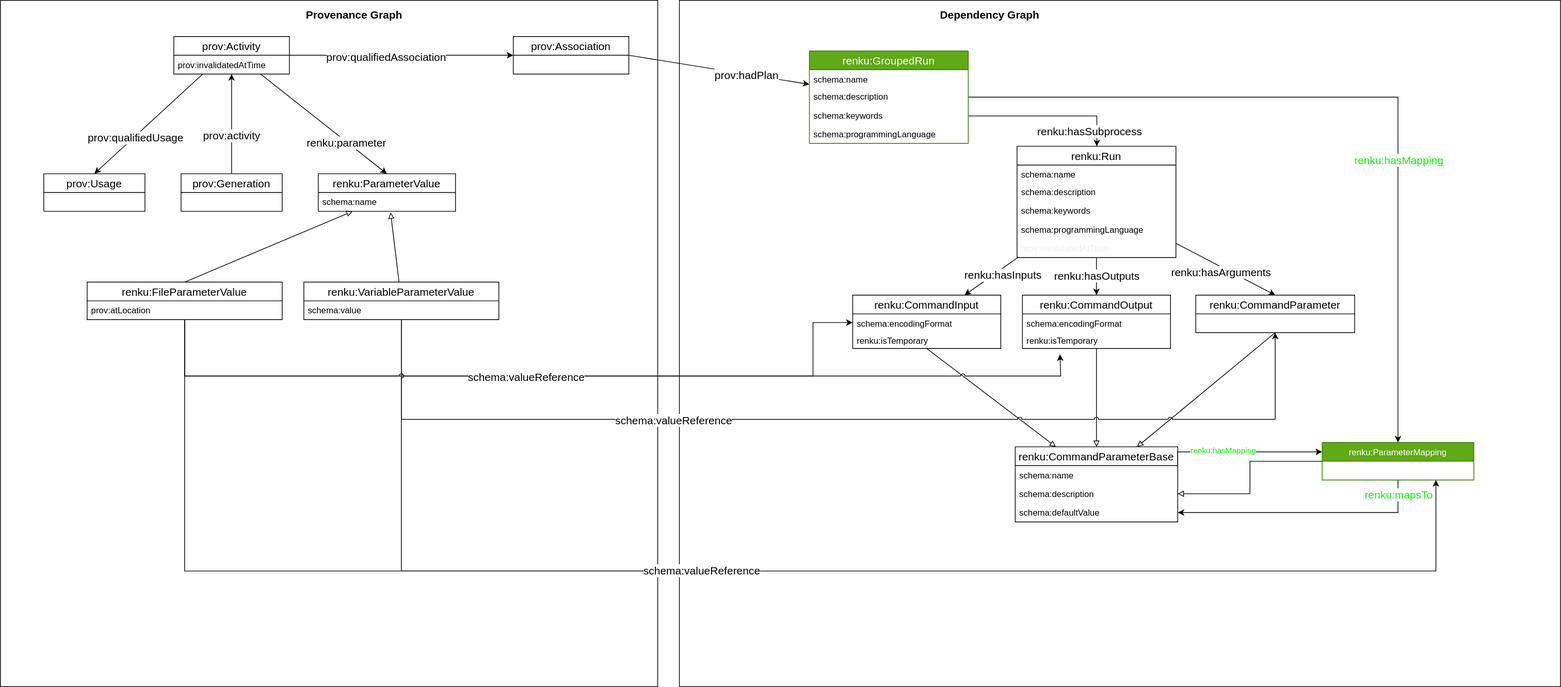
Before: design/001-new-workflow-commands/grouped-run-metadata.svg, a diagram exported from draw.io (SwissDataScienceCenter/renku-python). Source tidied: cells renumbered, new cells last; positions are measured from the earlier drawing's top-left corner, leaving out a move shared by most shapes.
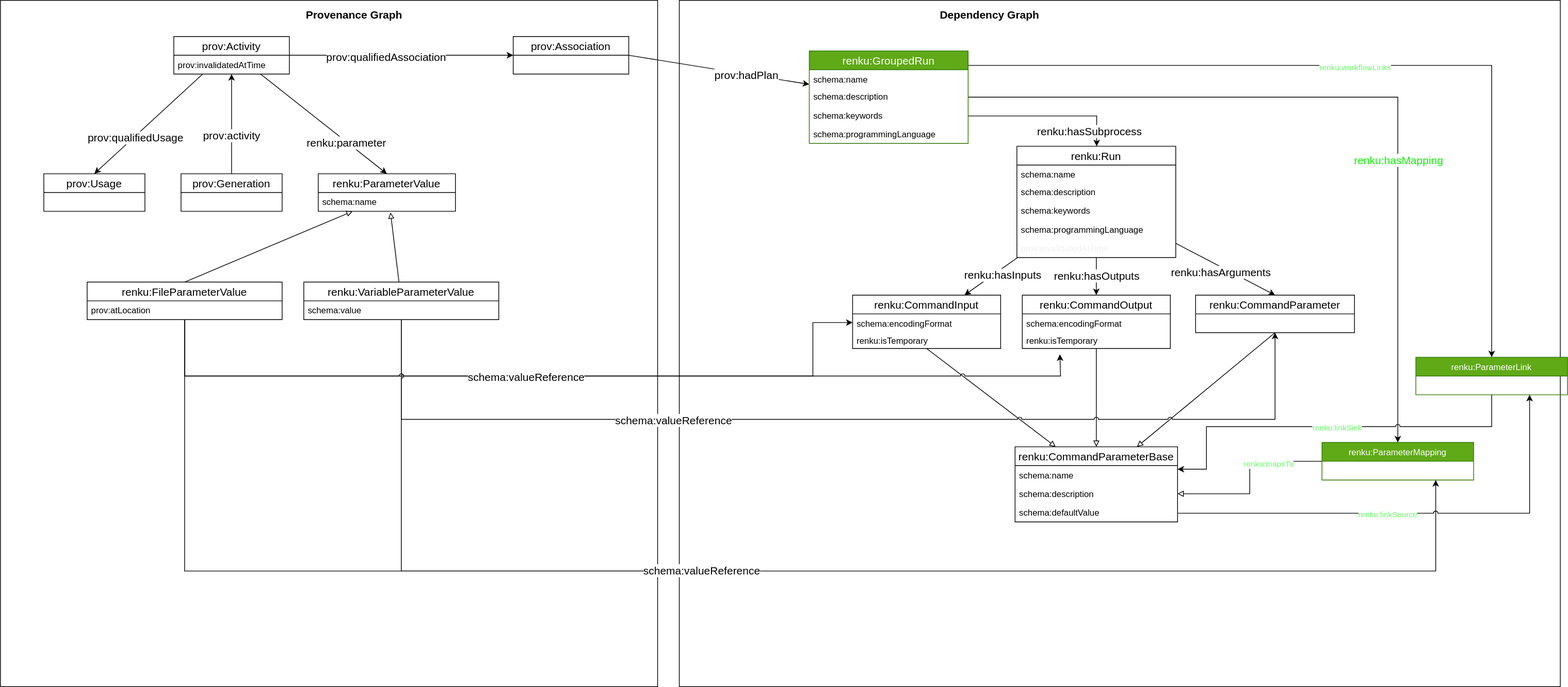
After the commit.

What changed in the source:
```diff
@@ -148,22 +148,20 @@
     <mxCell id="46" value="renku:isTemporary" style="text;strokeColor=none;fillColor=none;align=left;verticalAlign=top;spacingLeft=4;spacingRight=4;overflow=hidden;" parent="44" vertex="1">
       <mxGeometry y="50" width="205" height="24" as="geometry" />
     </mxCell>
-    <mxCell id="47" value="renku:CommandArgument" style="swimlane;fontStyle=0;horizontal=1;startSize=26;fillColor=none;fontSize=15;" parent="1" vertex="1">
+    <mxCell id="47" value="renku:CommandParameter" style="swimlane;fontStyle=0;horizontal=1;startSize=26;fillColor=none;fontSize=15;" parent="1" vertex="1">
       <mxGeometry x="1655" y="408" width="220" height="52" as="geometry" />
     </mxCell>
-    <mxCell id="48" style="edgeStyle=orthogonalEdgeStyle;rounded=0;jettySize=auto;html=1;exitX=1;exitY=0.25;exitDx=0;exitDy=0;entryX=0;entryY=0.25;entryDx=0;entryDy=0;" parent="1" edge="1" source="50" target="73">
-      <mxGeometry relative="1" as="geometry">
-        <Array as="points">
-          <mxPoint x="1630" y="625" />
-        </Array>
-      </mxGeometry>
-    </mxCell>
-    <mxCell id="49" value="renku:hasMapping" style="edgeLabel;html=1;align=center;verticalAlign=middle;fontColor=#0FF007;" parent="48" vertex="1">
-      <mxGeometry x="-0.29" y="-3" relative="1" as="geometry">
-        <mxPoint x="3" y="-6" as="offset" />
-      </mxGeometry>
-    </mxCell>
+    <mxCell id="78" style="edgeStyle=orthogonalEdgeStyle;rounded=0;jumpStyle=arc;jettySize=auto;html=1;entryX=0.75;entryY=1;entryDx=0;entryDy=0;" parent="1" edge="1" source="50" target="84">
+      <mxGeometry relative="1" as="geometry">
+        <Array as="points">
+          <mxPoint x="2118" y="710" />
+        </Array>
+      </mxGeometry>
+    </mxCell>
+    <mxCell id="79" value="renku:linkSource" style="edgeLabel;html=1;align=center;verticalAlign=middle;fontColor=#66FF66;" parent="78" vertex="1">
+      <mxGeometry x="-0.11" y="-1" relative="1" as="geometry" />
+    </mxCell>
-    <mxCell id="50" value="renku:CommandParameter" style="swimlane;fontStyle=0;horizontal=1;startSize=26;fillColor=none;fontSize=15;" parent="1" vertex="1">
+    <mxCell id="50" value="renku:CommandParameterBase" style="swimlane;fontStyle=0;horizontal=1;startSize=26;fillColor=none;fontSize=15;" parent="1" vertex="1">
       <mxGeometry x="1405" y="618" width="225" height="104" as="geometry" />
     </mxCell>
     <mxCell id="51" value="schema:name" style="text;strokeColor=none;fillColor=none;align=left;verticalAlign=top;spacingLeft=4;spacingRight=4;overflow=hidden;points=[[0,0.5],[1,0.5]];portConstraint=eastwest;" parent="50" vertex="1">
@@ -235,6 +233,16 @@
         <mxPoint x="-1" y="62" as="offset" />
       </mxGeometry>
     </mxCell>
+    <mxCell id="80" style="edgeStyle=orthogonalEdgeStyle;rounded=0;jumpStyle=arc;jettySize=auto;html=1;entryX=0.5;entryY=0;entryDx=0;entryDy=0;fontColor=#66FF66;" parent="1" edge="1" source="66" target="84">
+      <mxGeometry relative="1" as="geometry">
+        <Array as="points">
+          <mxPoint x="2065" y="90" />
+        </Array>
+      </mxGeometry>
+    </mxCell>
+    <mxCell id="81" value="renku:workflowLinks" style="edgeLabel;html=1;align=center;verticalAlign=middle;fontColor=#66FF66;" parent="80" vertex="1">
+      <mxGeometry x="-0.05" y="-2" relative="1" as="geometry" />
+    </mxCell>
     <mxCell id="66" value="renku:GroupedRun" style="swimlane;fontStyle=0;horizontal=1;startSize=26;fillColor=#60a917;fontSize=15;strokeColor=#2D7600;fontColor=#ffffff;" parent="1" vertex="1">
       <mxGeometry x="1120" y="70" width="220" height="128" as="geometry" />
     </mxCell>
@@ -250,20 +258,15 @@
     <mxCell id="70" value="schema:programmingLanguage" style="text;strokeColor=none;fillColor=none;align=left;verticalAlign=top;spacingLeft=4;spacingRight=4;overflow=hidden;" parent="66" vertex="1">
       <mxGeometry y="102" width="220" height="26" as="geometry" />
     </mxCell>
-    <mxCell id="71" style="edgeStyle=orthogonalEdgeStyle;rounded=0;jettySize=auto;html=1;startArrow=none;startFill=0;endArrow=classic;endFill=1;" parent="1" edge="1" source="73" target="53">
-      <mxGeometry relative="1" as="geometry" />
-    </mxCell>
-    <mxCell id="72" value="renku:mapsTo" style="edgeLabel;html=1;align=center;verticalAlign=middle;fontColor=#0FF007;fontSize=15;" parent="71" vertex="1">
-      <mxGeometry x="-0.35" relative="1" as="geometry">
-        <mxPoint x="68" y="-26" as="offset" />
-      </mxGeometry>
-    </mxCell>
     <mxCell id="73" value="renku:ParameterMapping" style="swimlane;fontStyle=0;horizontal=1;startSize=26;fillColor=#60a917;strokeColor=#2D7600;fontColor=#ffffff;" parent="1" vertex="1">
       <mxGeometry x="1830" y="612" width="210" height="52" as="geometry" />
     </mxCell>
     <mxCell id="74" style="edgeStyle=orthogonalEdgeStyle;rounded=0;jettySize=auto;html=1;entryX=0;entryY=0.5;entryDx=0;entryDy=0;endArrow=none;endFill=0;startArrow=block;startFill=0;" parent="1" edge="1" source="52" target="73">
       <mxGeometry relative="1" as="geometry" />
     </mxCell>
+    <mxCell id="72" value="renku:mapsTo" style="edgeLabel;html=1;align=center;verticalAlign=middle;fontColor=#66FF66;" parent="74" vertex="1">
+      <mxGeometry x="0.39" y="-3" relative="1" as="geometry" />
+    </mxCell>
     <mxCell id="75" style="edgeStyle=orthogonalEdgeStyle;rounded=0;jettySize=auto;html=1;startArrow=none;startFill=0;endArrow=classic;endFill=1;fontColor=#0FF007;entryX=0.75;entryY=1;entryDx=0;entryDy=0;" parent="1" edge="1" source="14" target="73">
       <mxGeometry relative="1" as="geometry">
         <Array as="points">
@@ -278,5 +281,20 @@
     <mxCell id="77" value="prov:invalidatedAtTime" style="text;align=left;verticalAlign=top;spacingLeft=4;spacingRight=4;overflow=hidden;" parent="1" vertex="1">
       <mxGeometry x="240" y="76" width="190" height="26" as="geometry" />
     </mxCell>
+    <mxCell id="82" style="edgeStyle=orthogonalEdgeStyle;rounded=0;jettySize=auto;html=1;entryX=1;entryY=0.192;entryDx=0;entryDy=0;entryPerimeter=0;jumpStyle=arc;" parent="1" edge="1" source="84" target="51">
+      <mxGeometry relative="1" as="geometry">
+        <Array as="points">
+          <mxPoint x="2065" y="590" />
+          <mxPoint x="1670" y="590" />
+          <mxPoint x="1670" y="649" />
+        </Array>
+      </mxGeometry>
+    </mxCell>
+    <mxCell id="83" value="renku:linkSink" style="edgeLabel;html=1;align=center;verticalAlign=middle;fontColor=#66FF66;" parent="82" vertex="1">
+      <mxGeometry x="-0.04" y="1" relative="1" as="geometry" />
+    </mxCell>
+    <mxCell id="84" value="renku:ParameterLink" style="swimlane;fontStyle=0;horizontal=1;startSize=26;fillColor=#60a917;strokeColor=#2D7600;fontColor=#ffffff;" parent="1" vertex="1">
+      <mxGeometry x="1960" y="494" width="210" height="52" as="geometry" />
+    </mxCell>
   </root>
 </mxGraphModel>
```
